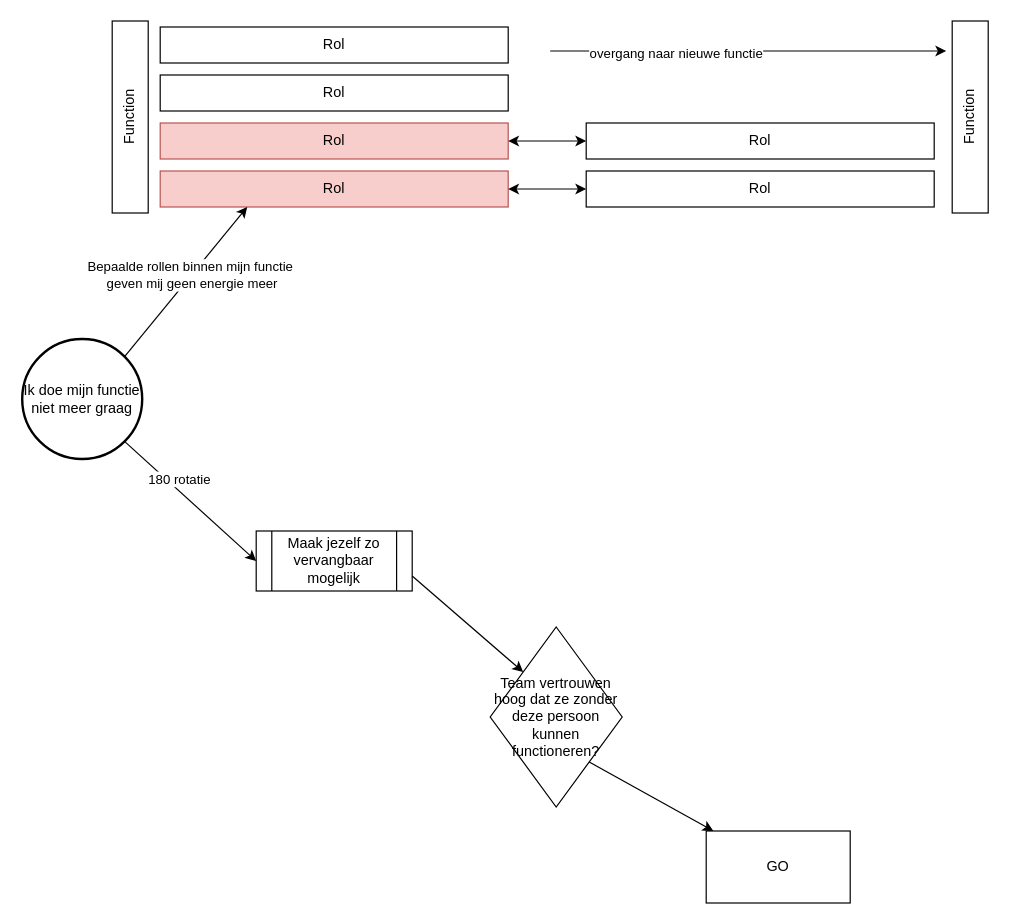
This is Untitled Diagram.drawio from Jordy-Dehaes/drawio, a draw.io file, before an edit. Source tidied: cells renumbered, new cells numbered last; positions are measured from the earlier drawing's top-left corner, leaving out a move shared by most shapes. Both pictures are drawn from the tidied source at 120%, with x=0, y=0 at pixel (22, 26).
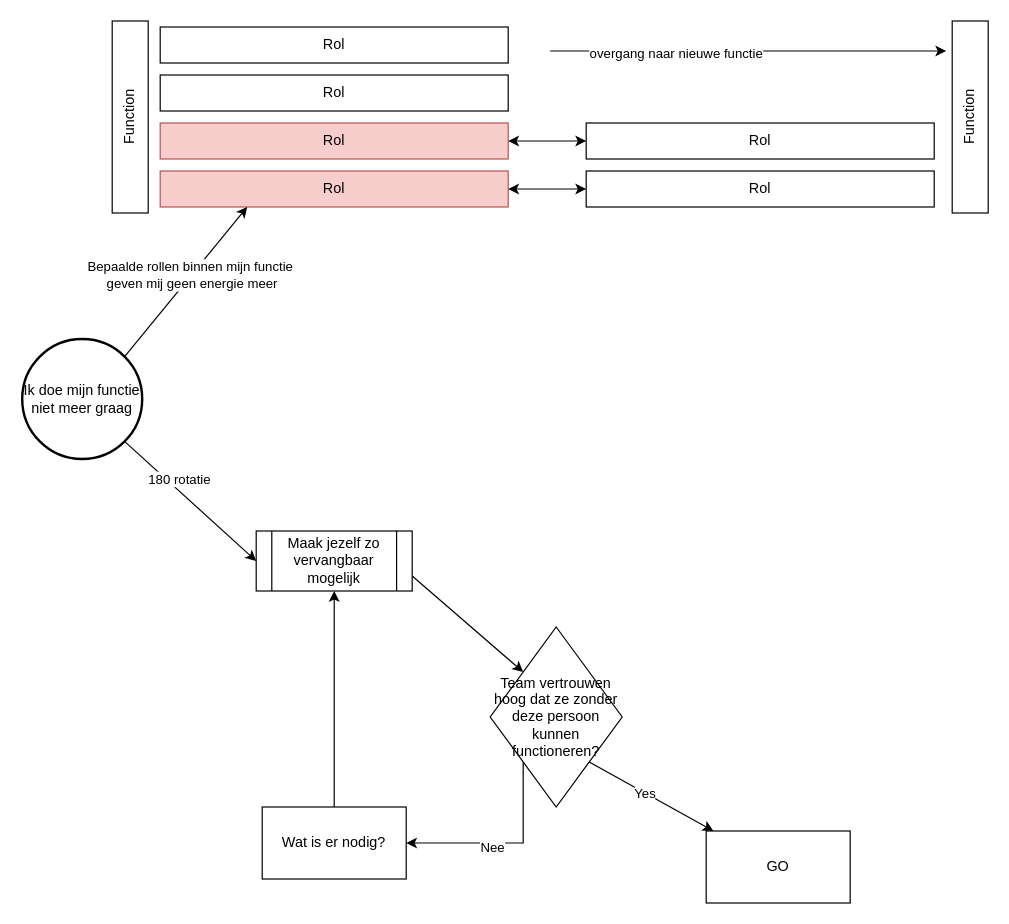
After the change.

The change refers to these unchanged cells:
```xml
<mxCell id="13" value="Maak jezelf zo vervangbaar mogelijk" style="shape=process;whiteSpace=wrap;html=1;backgroundOutline=1;" parent="1" vertex="1">
  <mxGeometry x="195" y="420" width="130" height="50" as="geometry" />
</mxCell>
<mxCell id="15" value="Team vertrouwen hoog dat ze zonder deze persoon kunnen functioneren?" style="rhombus;whiteSpace=wrap;html=1;" parent="1" vertex="1">
  <mxGeometry x="390" y="500" width="110" height="150" as="geometry" />
</mxCell>
<mxCell id="22" style="endArrow=classic;html=1;rounded=0;exitX=1;exitY=1;exitDx=0;exitDy=0;" parent="1" edge="1" source="15" target="23">
  <mxGeometry relative="1" as="geometry" />
</mxCell>
```

Change to the diagram source:
```diff
@@
+    <mxCell id="24" style="edgeStyle=orthogonalEdgeStyle;rounded=0;jettySize=auto;html=1;exitX=0;exitY=1;exitDx=0;exitDy=0;" parent="1" edge="1" source="15" target="28">
+      <mxGeometry relative="1" as="geometry">
+        <Array as="points">
+          <mxPoint x="418" y="680" />
+        </Array>
+      </mxGeometry>
+    </mxCell>
+    <mxCell id="25" value="Nee" style="edgeLabel;html=1;align=center;verticalAlign=middle;" parent="24" vertex="1">
+      <mxGeometry x="0.14" y="3" relative="1" as="geometry" />
+    </mxCell>
@@
+    <mxCell id="26" value="Yes" style="edgeLabel;html=1;align=center;verticalAlign=middle;" parent="22" vertex="1">
+      <mxGeometry x="-0.1" relative="1" as="geometry" />
+    </mxCell>
@@
+    <mxCell id="27" style="edgeStyle=orthogonalEdgeStyle;rounded=0;jettySize=auto;html=1;exitX=0.5;exitY=0;exitDx=0;exitDy=0;" parent="1" edge="1" source="28" target="13">
+      <mxGeometry relative="1" as="geometry" />
+    </mxCell>
+    <mxCell id="28" value="Wat is er nodig?" style="rounded=0;whiteSpace=wrap;html=1;" parent="1" vertex="1">
+      <mxGeometry x="200" y="650" width="120" height="60" as="geometry" />
+    </mxCell>
```
